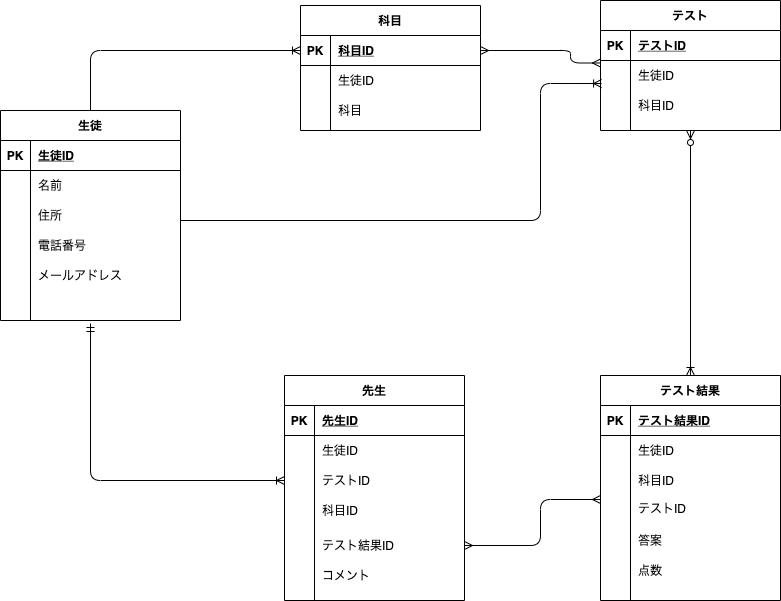
Above: ERtest.drawio.png in Ufaa/DB20210802goto (draw.io), before the change. Source tidied: cells renumbered, new cells last; positions are measured from the earlier drawing's top-left corner, leaving out a move shared by most shapes.
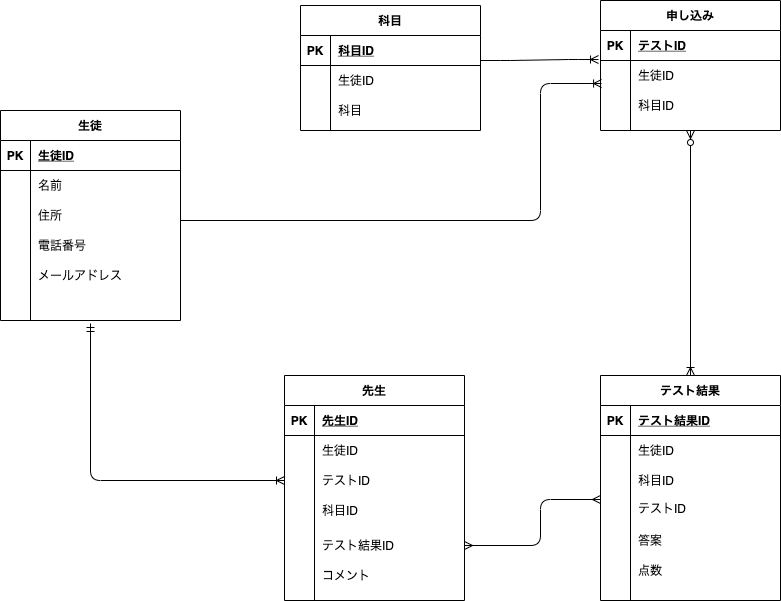
After the change.

Change to the diagram source:
```diff
@@ -59,7 +59,7 @@
     <mxCell id="20" value="コメント" style="shape=partialRectangle;fillColor=none;top=0;left=0;bottom=0;right=0;align=left;spacingLeft=6;overflow=hidden;" parent="18" vertex="1">
       <mxGeometry x="30" width="150" height="20" as="geometry" />
     </mxCell>
-    <mxCell id="21" value="テスト" style="shape=table;startSize=30;rowLines=0;fontStyle=1;align=center;" parent="1" vertex="1">
+    <mxCell id="21" value="申し込み" style="shape=table;startSize=30;rowLines=0;fontStyle=1;align=center;" parent="1" vertex="1">
       <mxGeometry x="600" width="180" height="130" as="geometry" />
     </mxCell>
     <mxCell id="22" style="shape=partialRectangle;fillColor=none;top=0;left=0;bottom=1;right=0;" parent="21" vertex="1">
@@ -251,15 +251,6 @@
     <mxCell id="81" value="科目" style="shape=partialRectangle;fillColor=none;top=0;left=0;bottom=0;right=0;align=left;spacingLeft=6;overflow=hidden;" parent="79" vertex="1">
       <mxGeometry x="30" width="150" height="30" as="geometry" />
     </mxCell>
-    <mxCell id="82" style="fontSize=12;html=1;endArrow=ERmany;startArrow=ERmany;fontColor=#FFFFFF;exitX=0;exitY=0.5;exitDx=0;exitDy=0;edgeStyle=orthogonalEdgeStyle;entryX=1;entryY=0.5;entryDx=0;entryDy=0;" parent="1" edge="1" target="73">
-      <mxGeometry relative="1" as="geometry">
-        <mxPoint x="600" y="62.5" as="sourcePoint" />
-        <Array as="points">
-          <mxPoint x="570" y="63" />
-          <mxPoint x="570" y="50" />
-        </Array>
-      </mxGeometry>
-    </mxCell>
     <mxCell id="83" style="edgeStyle=orthogonalEdgeStyle;fontSize=12;html=1;endArrow=ERoneToMany;exitX=0.389;exitY=0;exitDx=0;exitDy=0;exitPerimeter=0;entryX=0.006;entryY=0.767;entryDx=0;entryDy=0;entryPerimeter=0;" parent="1" edge="1" target="25">
       <mxGeometry relative="1" as="geometry">
         <mxPoint x="180" y="220" as="sourcePoint" />
@@ -269,8 +260,10 @@
         </Array>
       </mxGeometry>
     </mxCell>
-    <mxCell id="84" style="edgeStyle=orthogonalEdgeStyle;fontSize=12;html=1;endArrow=ERoneToMany;exitX=0.5;exitY=0;exitDx=0;exitDy=0;entryX=0;entryY=0.5;entryDx=0;entryDy=0;" parent="1" edge="1" source="31" target="73">
-      <mxGeometry relative="1" as="geometry" />
-    </mxCell>
+    <mxCell id="85" style="edgeStyle=entityRelationEdgeStyle;fontSize=12;html=1;endArrow=ERoneToMany;entryX=-0.011;entryY=-0.033;entryDx=0;entryDy=0;entryPerimeter=0;" parent="1" edge="1" target="25">
+      <mxGeometry relative="1" as="geometry">
+        <mxPoint x="480" y="60" as="sourcePoint" />
+      </mxGeometry>
+    </mxCell>
   </root>
 </mxGraphModel>
```
